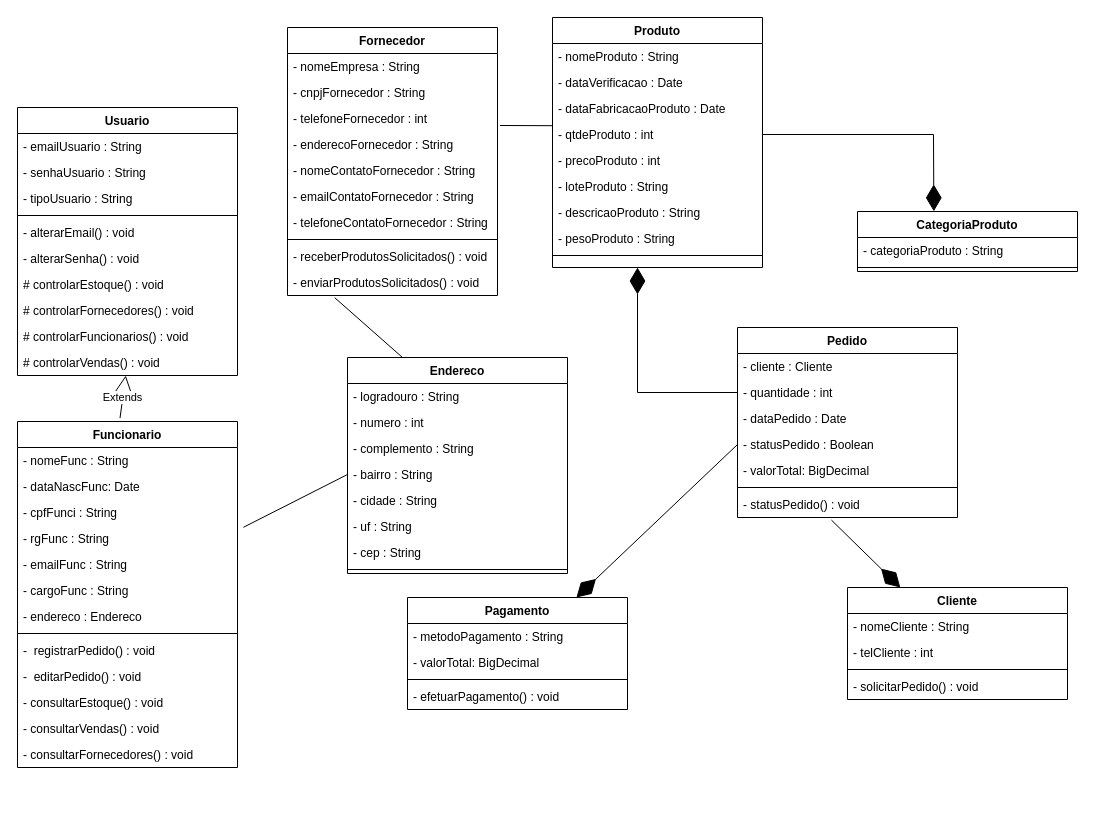
Earlier version of the draw.io diagram Diagrama-de-Classes-Iglu.drawio (grupovision22/projeto_iglu). Source tidied: cells renumbered, new cells numbered last; positions are measured from the earlier drawing's top-left corner, leaving out a move shared by most shapes. Both pictures are drawn from the tidied source at 100%, with x=0, y=0 at pixel (17, 17).
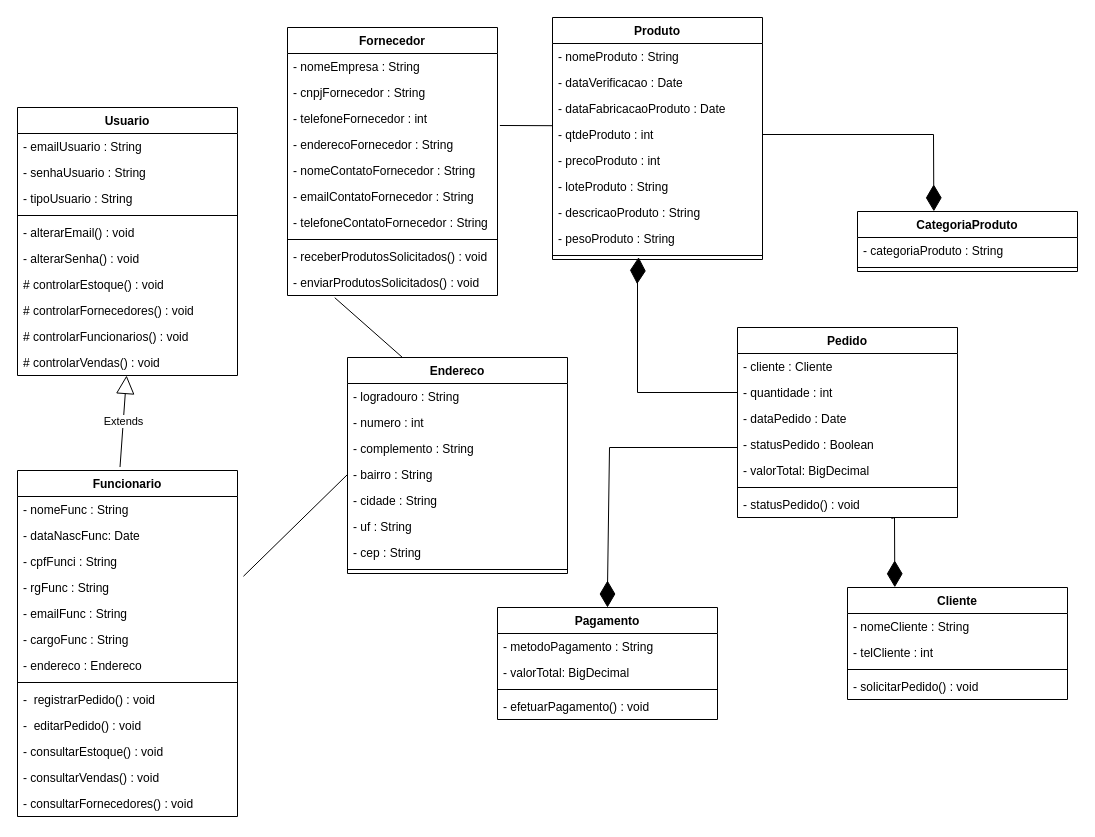
After the change.

Commit message (it also covers changes not shown here):
Diagrama de Classes

The change refers to these unchanged cells:
```xml
<mxCell id="22" style="line;html=1;strokeWidth=1;align=left;verticalAlign=middle;spacingTop=-1;spacingLeft=3;spacingRight=3;labelPosition=right;points=[];portConstraint=eastwest;" parent="13" vertex="1">
  <mxGeometry y="234" width="210" height="8" as="geometry" />
</mxCell>
<mxCell id="54" value="- quantidade : int" style="text;strokeColor=none;fillColor=none;align=left;verticalAlign=top;spacingLeft=4;spacingRight=4;overflow=hidden;points=[[0,0.5],[1,0.5]];portConstraint=eastwest;" parent="52" vertex="1">
  <mxGeometry y="52" width="220" height="26" as="geometry" />
</mxCell>
<mxCell id="56" value="- statusPedido : Boolean" style="text;strokeColor=none;fillColor=none;align=left;verticalAlign=top;spacingLeft=4;spacingRight=4;overflow=hidden;points=[[0,0.5],[1,0.5]];portConstraint=eastwest;" parent="52" vertex="1">
  <mxGeometry y="104" width="220" height="26" as="geometry" />
</mxCell>
<mxCell id="59" value="- statusPedido() : void" style="text;strokeColor=none;fillColor=none;align=left;verticalAlign=top;spacingLeft=4;spacingRight=4;overflow=hidden;points=[[0,0.5],[1,0.5]];portConstraint=eastwest;" parent="52" vertex="1">
  <mxGeometry y="164" width="220" height="26" as="geometry" />
</mxCell>
<mxCell id="60" value="Cliente" style="swimlane;fontStyle=1;align=center;verticalAlign=top;horizontal=1;startSize=26;" parent="1" vertex="1">
  <mxGeometry x="830" y="570" width="220" height="112" as="geometry" />
</mxCell>
```

Change to the diagram source:
```diff
@@
     <mxCell id="13" value="Produto" style="swimlane;fontStyle=1;align=center;verticalAlign=top;horizontal=1;startSize=26;rounded=0;shadow=0;strokeWidth=1;" parent="1" vertex="1">
-      <mxGeometry x="535" width="210" height="250" as="geometry" />
+      <mxGeometry x="535" width="210" height="242" as="geometry" />
     </mxCell>
@@
     <mxCell id="37" value="Funcionario" style="swimlane;fontStyle=1;align=center;verticalAlign=top;horizontal=1;startSize=26;" parent="1" vertex="1">
-      <mxGeometry y="404" width="220" height="346" as="geometry" />
+      <mxGeometry y="453" width="220" height="346" as="geometry" />
     </mxCell>
@@
     <mxCell id="65" value="Pagamento" style="swimlane;fontStyle=1;align=center;verticalAlign=top;horizontal=1;startSize=26;" parent="1" vertex="1">
-      <mxGeometry x="390" y="580" width="220" height="112" as="geometry" />
+      <mxGeometry x="480" y="590" width="220" height="112" as="geometry" />
     </mxCell>
@@
-    <mxCell id="80" style="endArrow=diamondThin;endFill=1;endSize=24;html=1;rounded=0;exitX=0;exitY=0.5;exitDx=0;exitDy=0;" parent="1" edge="1" source="56" target="65">
-      <mxGeometry relative="1" as="geometry" />
+    <mxCell id="80" style="endArrow=diamondThin;endFill=1;endSize=24;html=1;rounded=0;entryX=0.5;entryY=0;entryDx=0;entryDy=0;" parent="1" edge="1" target="65">
+      <mxGeometry relative="1" as="geometry">
+        <mxPoint x="720" y="430" as="sourcePoint" />
+        <Array as="points">
+          <mxPoint x="592" y="430" />
+          <mxPoint x="590" y="570" />
+        </Array>
+      </mxGeometry>
     </mxCell>
-    <mxCell id="81" style="endArrow=diamondThin;endFill=1;endSize=24;html=1;rounded=0;exitX=0;exitY=0.5;exitDx=0;exitDy=0;" parent="1" edge="1" source="54">
+    <mxCell id="81" style="endArrow=diamondThin;endFill=1;endSize=24;html=1;rounded=0;exitX=0;exitY=0.5;exitDx=0;exitDy=0;entryX=0.41;entryY=0.706;entryDx=0;entryDy=0;entryPerimeter=0;" parent="1" edge="1" source="54" target="22">
       <mxGeometry relative="1" as="geometry">
-        <mxPoint x="620" y="250" as="targetPoint" />
         <Array as="points">
           <mxPoint x="620" y="375" />
+          <mxPoint x="620" y="260" />
         </Array>
       </mxGeometry>
     </mxCell>
@@
-    <mxCell id="84" style="endArrow=diamondThin;endFill=1;endSize=24;html=1;rounded=0;exitX=0.427;exitY=1.1;exitDx=0;exitDy=0;exitPerimeter=0;" parent="1" edge="1" source="59" target="60">
-      <mxGeometry relative="1" as="geometry" />
+    <mxCell id="84" style="endArrow=diamondThin;endFill=1;endSize=24;html=1;rounded=0;exitX=0.7;exitY=1.038;exitDx=0;exitDy=0;exitPerimeter=0;entryX=0.215;entryY=-0.002;entryDx=0;entryDy=0;entryPerimeter=0;" parent="1" edge="1" source="59" target="60">
+      <mxGeometry relative="1" as="geometry">
+        <Array as="points">
+          <mxPoint x="877" y="500" />
+        </Array>
+      </mxGeometry>
     </mxCell>
```
